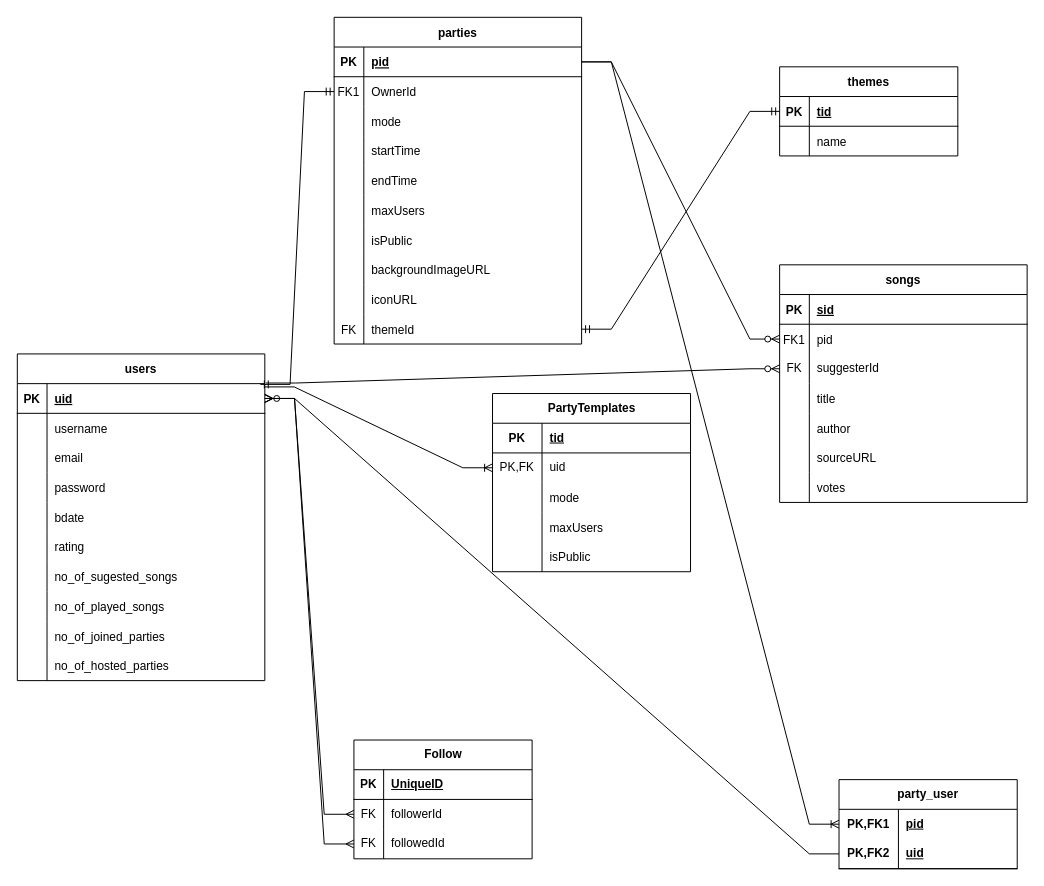
Earlier version of the draw.io diagram docs/PMA_database.drawio (DavidUKr/PartyMusicApp). Source tidied: cells renumbered, new cells numbered last; positions are measured from the earlier drawing's top-left corner, leaving out a move shared by most shapes. Both pictures are drawn from the tidied source at 99%, with x=0, y=0 at pixel (17, 17).
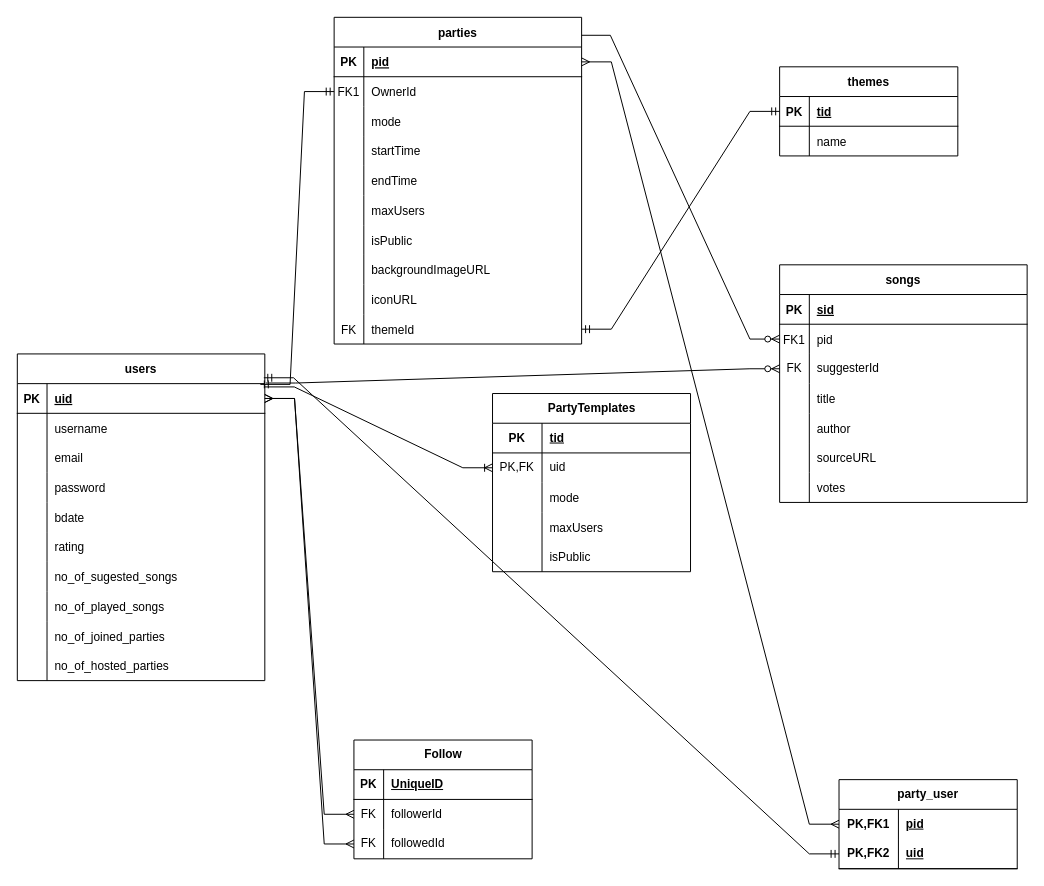
The same page after the edit.

Commit message (it also covers changes not shown here):
PartyJoin  model

Unchanged cells that the change refers to:
```xml
<mxCell id="6" style="shape=partialRectangle;fillColor=none;points=[[0,0.5],[1,0.5]];portConstraint=eastwest;top=0;left=0;right=0;bottom=0;" parent="2" vertex="1">
  <mxGeometry y="60" width="250" height="30" as="geometry" />
</mxCell>
<mxCell id="24" value="users" style="shape=table;startSize=30;childLayout=tableLayout;rowLines=0;fontStyle=1;align=center;" parent="1" vertex="1">
  <mxGeometry y="340" width="250" height="330" as="geometry" />
</mxCell>
<mxCell id="25" style="shape=partialRectangle;fillColor=none;points=[[0,0.5],[1,0.5]];portConstraint=eastwest;top=0;left=0;right=0;bottom=1;" parent="24" vertex="1">
  <mxGeometry y="30" width="250" height="30" as="geometry" />
</mxCell>
<mxCell id="56" style="shape=tableRow;horizontal=0;startSize=0;swimlaneHead=0;swimlaneBody=0;fillColor=none;points=[[0,0.5],[1,0.5]];portConstraint=eastwest;top=0;left=0;right=0;bottom=0;html=1;" parent="55" vertex="1">
  <mxGeometry y="30" width="180" height="30" as="geometry" />
</mxCell>
<mxCell id="59" style="shape=tableRow;horizontal=0;startSize=0;swimlaneHead=0;swimlaneBody=0;fillColor=none;points=[[0,0.5],[1,0.5]];portConstraint=eastwest;top=0;left=0;right=0;bottom=1;html=1;" parent="55" vertex="1">
  <mxGeometry y="60" width="180" height="30" as="geometry" />
</mxCell>
<mxCell id="94" value="parties" style="shape=table;startSize=30;childLayout=tableLayout;rowLines=0;fontStyle=1;align=center;" parent="1" vertex="1">
  <mxGeometry x="320" width="250" height="330" as="geometry" />
</mxCell>
<mxCell id="95" style="shape=partialRectangle;fillColor=none;points=[[0,0.5],[1,0.5]];portConstraint=eastwest;top=0;left=0;right=0;bottom=1;" parent="94" vertex="1">
  <mxGeometry y="30" width="250" height="30" as="geometry" />
</mxCell>
```

Diff of the diagram source:
```diff
@@
-    <mxCell id="62" style="edgeStyle=entityRelationEdgeStyle;fontSize=12;html=1;endArrow=ERzeroToMany;endFill=1;rounded=0;entryX=1;entryY=0.5;entryDx=0;entryDy=0;exitX=0;exitY=0.5;exitDx=0;exitDy=0;" parent="1" edge="1" source="59" target="25">
-      <mxGeometry relative="1" as="geometry" />
-    </mxCell>
@@
-    <mxCell id="65" style="edgeStyle=entityRelationEdgeStyle;fontSize=12;html=1;endArrow=ERzeroToMany;endFill=1;rounded=0;entryX=0;entryY=0.5;entryDx=0;entryDy=0;" parent="1" edge="1" source="95" target="6">
+    <mxCell id="65" style="edgeStyle=entityRelationEdgeStyle;fontSize=12;html=1;endArrow=ERzeroToMany;endFill=1;rounded=0;entryX=0;entryY=0.5;entryDx=0;entryDy=0;exitX=0.996;exitY=0.055;exitDx=0;exitDy=0;exitPerimeter=0;" parent="1" edge="1" source="94" target="6">
       <mxGeometry relative="1" as="geometry" />
     </mxCell>
-    <mxCell id="66" style="edgeStyle=entityRelationEdgeStyle;fontSize=12;html=1;endArrow=ERoneToMany;rounded=0;entryX=0;entryY=0.5;entryDx=0;entryDy=0;exitX=1;exitY=0.5;exitDx=0;exitDy=0;" parent="1" edge="1" source="95" target="56">
-      <mxGeometry relative="1" as="geometry" />
-    </mxCell>
@@
+    <mxCell id="66" style="edgeStyle=entityRelationEdgeStyle;fontSize=12;html=1;endArrow=ERmany;startArrow=ERmany;rounded=0;entryX=0;entryY=0.5;entryDx=0;entryDy=0;exitX=1;exitY=0.5;exitDx=0;exitDy=0;" parent="1" edge="1" source="95" target="56">
+      <mxGeometry relative="1" as="geometry" />
+    </mxCell>
+    <mxCell id="135" style="edgeStyle=entityRelationEdgeStyle;fontSize=12;html=1;endArrow=ERmandOne;startArrow=ERmandOne;rounded=0;entryX=0;entryY=0.5;entryDx=0;entryDy=0;exitX=0.996;exitY=0.073;exitDx=0;exitDy=0;exitPerimeter=0;" parent="1" edge="1" source="24" target="59">
+      <mxGeometry relative="1" as="geometry" />
+    </mxCell>
```
